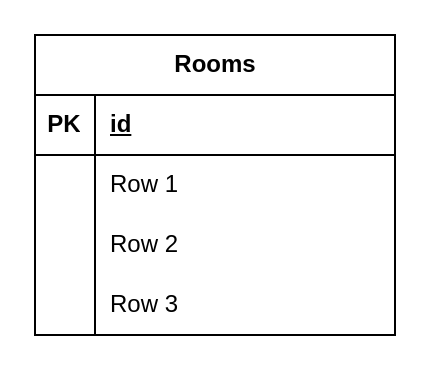
The draw.io diagram QLPT.drawio in duongnguyen286/Diagram, before the edit. Source tidied: cells renumbered, new cells numbered last; positions are measured from the earlier drawing's top-left corner, leaving out a move shared by most shapes. Both pictures are drawn from the tidied source at 200%, with x=0, y=0 at pixel (34, 34).
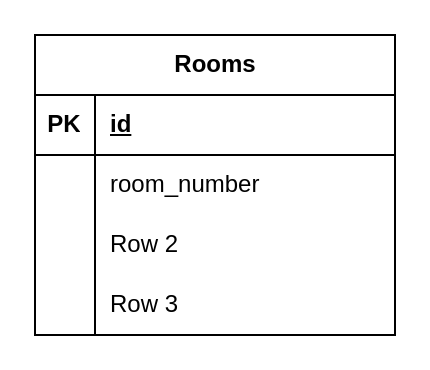
After the change.

Commit message (it also covers changes not shown here):
Cập nhật QLPT.drawio

Diff of the diagram source:
```diff
@@
 <mxGraphModel>
   <root>
     <mxCell id="0" />
     <mxCell id="1" parent="0" />
     <mxCell id="2" value="Rooms" style="shape=table;startSize=30;childLayout=tableLayout;rowLines=0;fontStyle=1;align=center;html=1;" parent="1" vertex="1">
       <mxGeometry width="180" height="150" as="geometry" />
     </mxCell>
     <mxCell id="3" style="shape=tableRow;horizontal=0;startSize=0;swimlaneHead=0;swimlaneBody=0;fillColor=none;top=0;left=0;right=0;bottom=1;" parent="2" vertex="1">
       <mxGeometry y="30" width="180" height="30" as="geometry" />
     </mxCell>
     <mxCell id="4" value="PK" style="shape=partialRectangle;fillColor=none;top=0;left=0;bottom=0;right=0;fontStyle=1;overflow=hidden;whiteSpace=wrap;html=1;" parent="3" vertex="1">
       <mxGeometry width="30" height="30" as="geometry" />
     </mxCell>
     <mxCell id="5" value="id" style="shape=partialRectangle;fillColor=none;top=0;left=0;bottom=0;right=0;align=left;spacingLeft=6;fontStyle=5;overflow=hidden;whiteSpace=wrap;html=1;" parent="3" vertex="1">
       <mxGeometry x="30" width="150" height="30" as="geometry" />
     </mxCell>
     <mxCell id="6" style="shape=tableRow;horizontal=0;startSize=0;swimlaneHead=0;swimlaneBody=0;fillColor=none;top=0;left=0;right=0;bottom=0;" parent="2" vertex="1">
       <mxGeometry y="60" width="180" height="30" as="geometry" />
     </mxCell>
     <mxCell id="7" style="shape=partialRectangle;fillColor=none;top=0;left=0;bottom=0;right=0;overflow=hidden;whiteSpace=wrap;html=1;" parent="6" vertex="1">
       <mxGeometry width="30" height="30" as="geometry" />
     </mxCell>
-    <mxCell id="8" value="Row 1" style="shape=partialRectangle;fillColor=none;top=0;left=0;bottom=0;right=0;align=left;spacingLeft=6;overflow=hidden;whiteSpace=wrap;html=1;" parent="6" vertex="1">
+    <mxCell id="8" value="room_number" style="shape=partialRectangle;fillColor=none;top=0;left=0;bottom=0;right=0;align=left;spacingLeft=6;overflow=hidden;whiteSpace=wrap;html=1;" parent="6" vertex="1">
       <mxGeometry x="30" width="150" height="30" as="geometry" />
     </mxCell>
     <mxCell id="9" style="shape=tableRow;horizontal=0;startSize=0;swimlaneHead=0;swimlaneBody=0;fillColor=none;top=0;left=0;right=0;bottom=0;" parent="2" vertex="1">
       <mxGeometry y="90" width="180" height="30" as="geometry" />
     </mxCell>
     <mxCell id="10" style="shape=partialRectangle;fillColor=none;top=0;left=0;bottom=0;right=0;overflow=hidden;whiteSpace=wrap;html=1;" parent="9" vertex="1">
       <mxGeometry width="30" height="30" as="geometry" />
     </mxCell>
     <mxCell id="11" value="Row 2" style="shape=partialRectangle;fillColor=none;top=0;left=0;bottom=0;right=0;align=left;spacingLeft=6;overflow=hidden;whiteSpace=wrap;html=1;" parent="9" vertex="1">
       <mxGeometry x="30" width="150" height="30" as="geometry" />
     </mxCell>
     <mxCell id="12" style="shape=tableRow;horizontal=0;startSize=0;swimlaneHead=0;swimlaneBody=0;fillColor=none;top=0;left=0;right=0;bottom=0;" parent="2" vertex="1">
       <mxGeometry y="120" width="180" height="30" as="geometry" />
     </mxCell>
     <mxCell id="13" style="shape=partialRectangle;fillColor=none;top=0;left=0;bottom=0;right=0;overflow=hidden;whiteSpace=wrap;html=1;" parent="12" vertex="1">
       <mxGeometry width="30" height="30" as="geometry" />
     </mxCell>
     <mxCell id="14" value="Row 3" style="shape=partialRectangle;fillColor=none;top=0;left=0;bottom=0;right=0;align=left;spacingLeft=6;overflow=hidden;whiteSpace=wrap;html=1;" parent="12" vertex="1">
       <mxGeometry x="30" width="150" height="30" as="geometry" />
     </mxCell>
   </root>
 </mxGraphModel>
```
